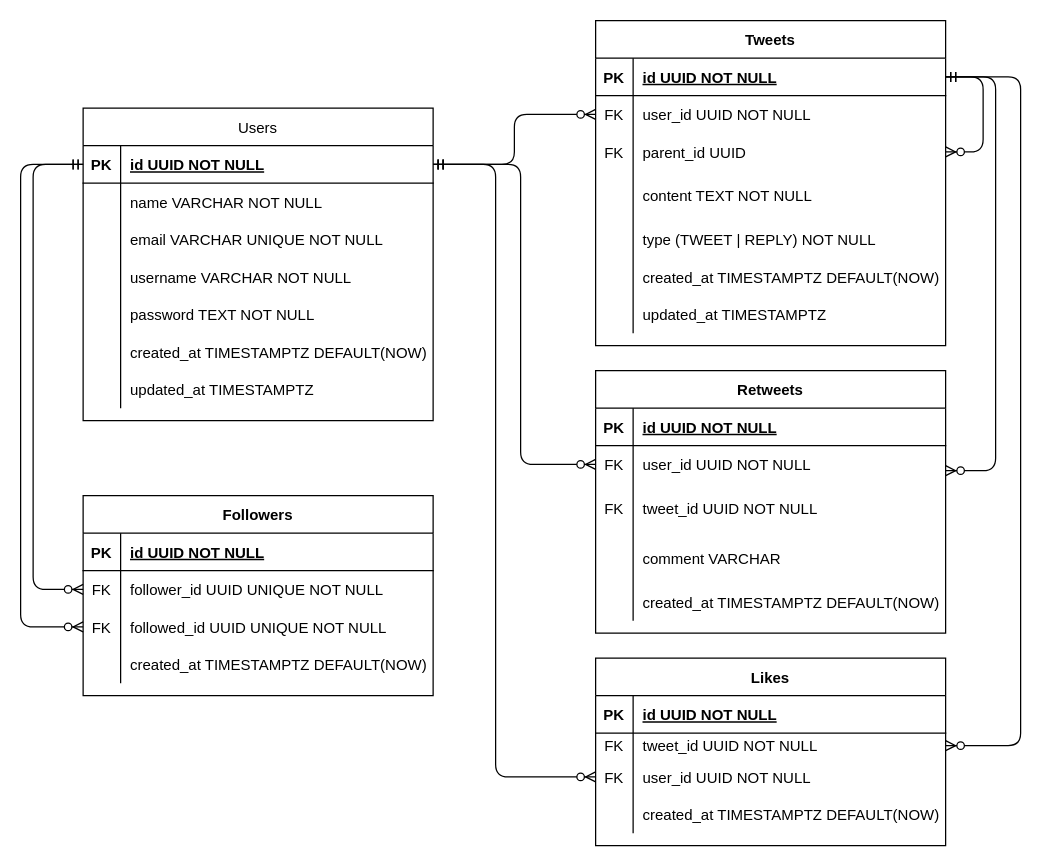
Earlier version of the draw.io diagram src/docs/v2.0-Entities.drawio (JoannaBraccini/GrowTwitter-apiREST). Source tidied: cells renumbered, new cells numbered last; positions are measured from the earlier drawing's top-left corner, leaving out a move shared by most shapes. Both pictures are drawn from the tidied source at 125%, with x=0, y=0 at pixel (20, 20).
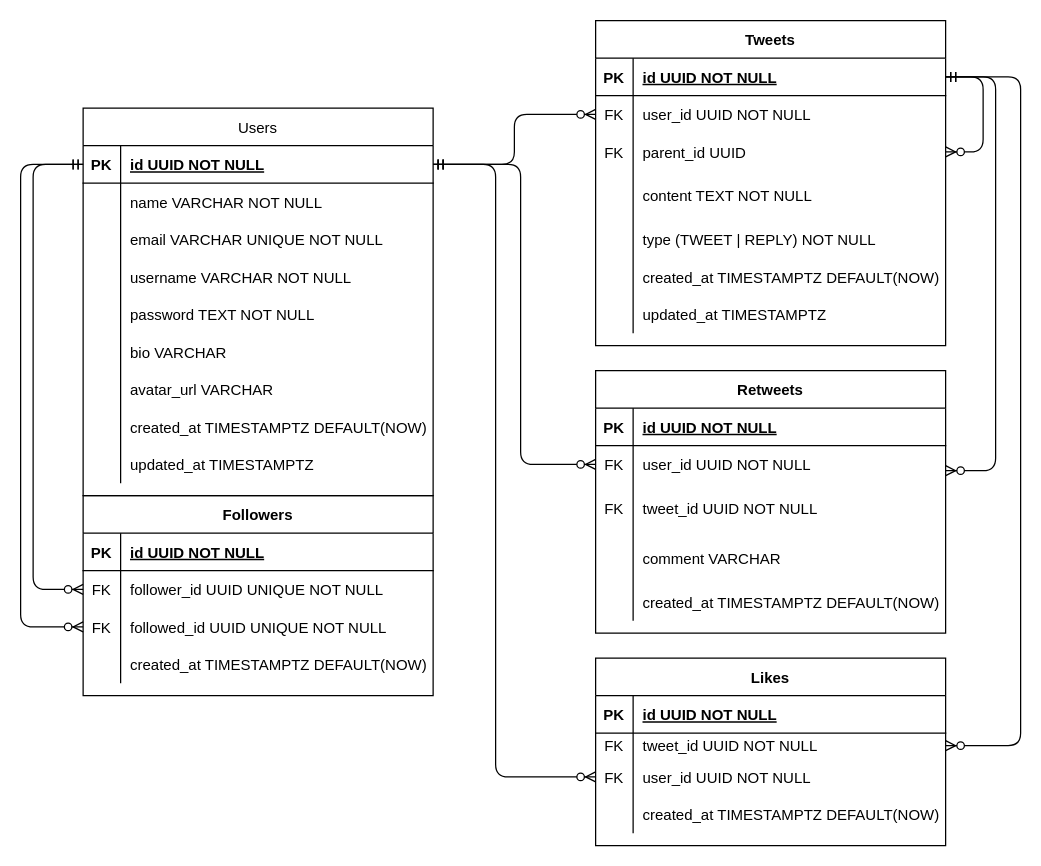
Above is the later version.

The edit, as a diff of the source:
```diff
@@
     <mxCell id="38" value="Users" style="shape=table;startSize=30;childLayout=tableLayout;rowLines=0;fontStyle=0;align=center;" parent="1" vertex="1">
-      <mxGeometry x="50" y="70" width="280" height="250" as="geometry" />
+      <mxGeometry x="50" y="70" width="280" height="310" as="geometry" />
     </mxCell>
@@
+    <mxCell id="96" style="shape=partialRectangle;fillColor=none;top=0;left=0;right=0;bottom=0;" parent="38" vertex="1">
+      <mxGeometry y="180" width="280" height="30" as="geometry" />
+    </mxCell>
+    <mxCell id="97" style="shape=partialRectangle;overflow=hidden;fillColor=none;top=0;left=0;bottom=0;right=0;" parent="96" vertex="1">
+      <mxGeometry width="30" height="30" as="geometry" />
+    </mxCell>
+    <mxCell id="98" value="bio VARCHAR" style="shape=partialRectangle;overflow=hidden;fillColor=none;top=0;left=0;bottom=0;right=0;align=left;spacingLeft=6;" parent="96" vertex="1">
+      <mxGeometry x="30" width="250" height="30" as="geometry" />
+    </mxCell>
+    <mxCell id="99" style="shape=partialRectangle;fillColor=none;top=0;left=0;right=0;bottom=0;" parent="38" vertex="1">
+      <mxGeometry y="210" width="280" height="30" as="geometry" />
+    </mxCell>
+    <mxCell id="100" style="shape=partialRectangle;overflow=hidden;fillColor=none;top=0;left=0;bottom=0;right=0;" parent="99" vertex="1">
+      <mxGeometry width="30" height="30" as="geometry" />
+    </mxCell>
+    <mxCell id="101" value="avatar_url VARCHAR" style="shape=partialRectangle;overflow=hidden;fillColor=none;top=0;left=0;bottom=0;right=0;align=left;spacingLeft=6;" parent="99" vertex="1">
+      <mxGeometry x="30" width="250" height="30" as="geometry" />
+    </mxCell>
     <mxCell id="54" style="shape=partialRectangle;fillColor=none;top=0;left=0;right=0;bottom=0;" parent="38" vertex="1">
-      <mxGeometry y="180" width="280" height="30" as="geometry" />
+      <mxGeometry y="240" width="280" height="30" as="geometry" />
     </mxCell>
@@
     <mxCell id="57" style="shape=partialRectangle;fillColor=none;top=0;left=0;right=0;bottom=0;" parent="38" vertex="1">
-      <mxGeometry y="210" width="280" height="30" as="geometry" />
+      <mxGeometry y="270" width="280" height="30" as="geometry" />
     </mxCell>
```
